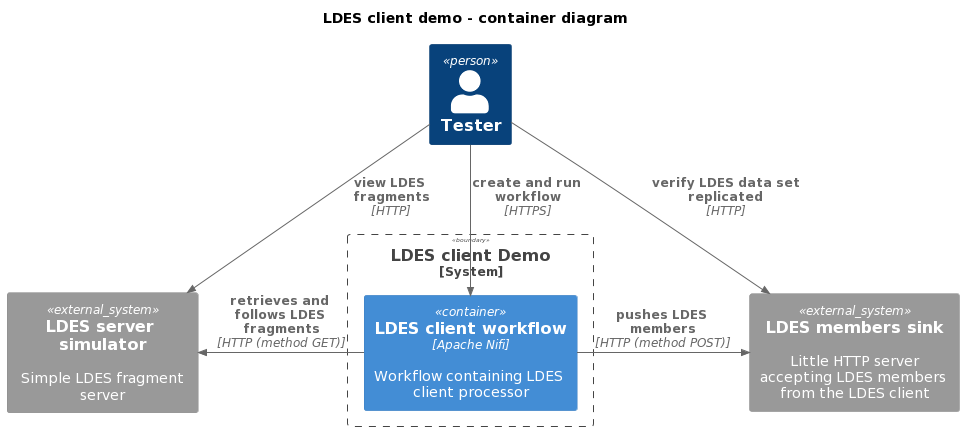
This is e2e-test/support/context/simulator-workflow-sink/artwork/demo-ldes-client.container.png from Informatievlaanderen/VSDS-LDES-E2E-testing, a PlantUML export, as it was before one commit.
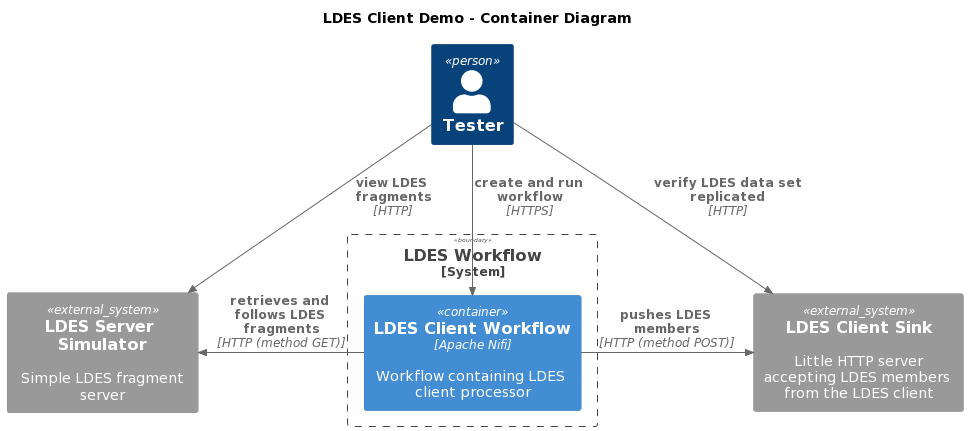
The same file after the commit.

The edit, as a diff of the source:
```diff
@@ -1,15 +1,15 @@
 @startuml
 !include https://raw.githubusercontent.com/plantuml-stdlib/C4-PlantUML/master/C4_Container.puml
 
-title LDES client demo - container diagram
+title LDES Client Demo - Container Diagram
 
 Person(tester, "Tester")
 
-System_Ext(simulator, "LDES server simulator", "Simple LDES fragment server")
-System_Ext(sink, "LDES members sink", "Little HTTP server accepting LDES members from the LDES client")
+System_Ext(simulator, "LDES Server Simulator", "Simple LDES fragment server")
+System_Ext(sink, "LDES Client Sink", "Little HTTP server accepting LDES members from the LDES client")
 
-System_Boundary(workflow_system, "LDES client Demo"){
-    Container(workflow, "LDES client workflow", "Apache Nifi", "Workflow containing LDES client processor")
+System_Boundary(workflow_system, "LDES Workflow"){
+    Container(workflow, "LDES Client Workflow", "Apache Nifi", "Workflow containing LDES client processor")
 }
 
 Rel_D(tester, simulator, "view LDES fragments", "HTTP")
```
